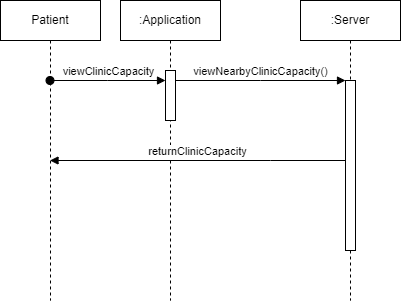
This is Milestone2/activityDiagrams/Copy of view Clinic Sequence diagram.drawio.png from SENG-350-2024-fall/Team5, a draw.io export, as it was before one commit. Source tidied: cells renumbered, new cells last; positions are measured from the earlier drawing's top-left corner, leaving out a move shared by most shapes.
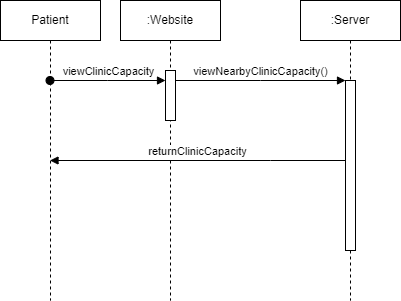
Above is the later version.

Change to the diagram source:
```diff
@@ -2,7 +2,7 @@
   <root>
     <mxCell id="0" />
     <mxCell id="1" parent="0" />
-    <mxCell id="2" value=":Application" style="shape=umlLifeline;perimeter=lifelinePerimeter;whiteSpace=wrap;html=1;newEdgeStyle={&quot;edgeStyle&quot;:&quot;elbowEdgeStyle&quot;,&quot;elbow&quot;:&quot;vertical&quot;,&quot;curved&quot;:0,&quot;rounded&quot;:0};" parent="1" vertex="1">
+    <mxCell id="2" value=":Website" style="shape=umlLifeline;perimeter=lifelinePerimeter;whiteSpace=wrap;html=1;newEdgeStyle={&quot;edgeStyle&quot;:&quot;elbowEdgeStyle&quot;,&quot;elbow&quot;:&quot;vertical&quot;,&quot;curved&quot;:0,&quot;rounded&quot;:0};" parent="1" vertex="1">
       <mxGeometry x="120" width="100" height="300" as="geometry" />
     </mxCell>
     <mxCell id="3" style="html=1;points=[];perimeter=orthogonalPerimeter;outlineConnect=0;targetShapes=umlLifeline;portConstraint=eastwest;newEdgeStyle={&quot;edgeStyle&quot;:&quot;elbowEdgeStyle&quot;,&quot;elbow&quot;:&quot;vertical&quot;,&quot;curved&quot;:0,&quot;rounded&quot;:0};" parent="2" vertex="1">
```
